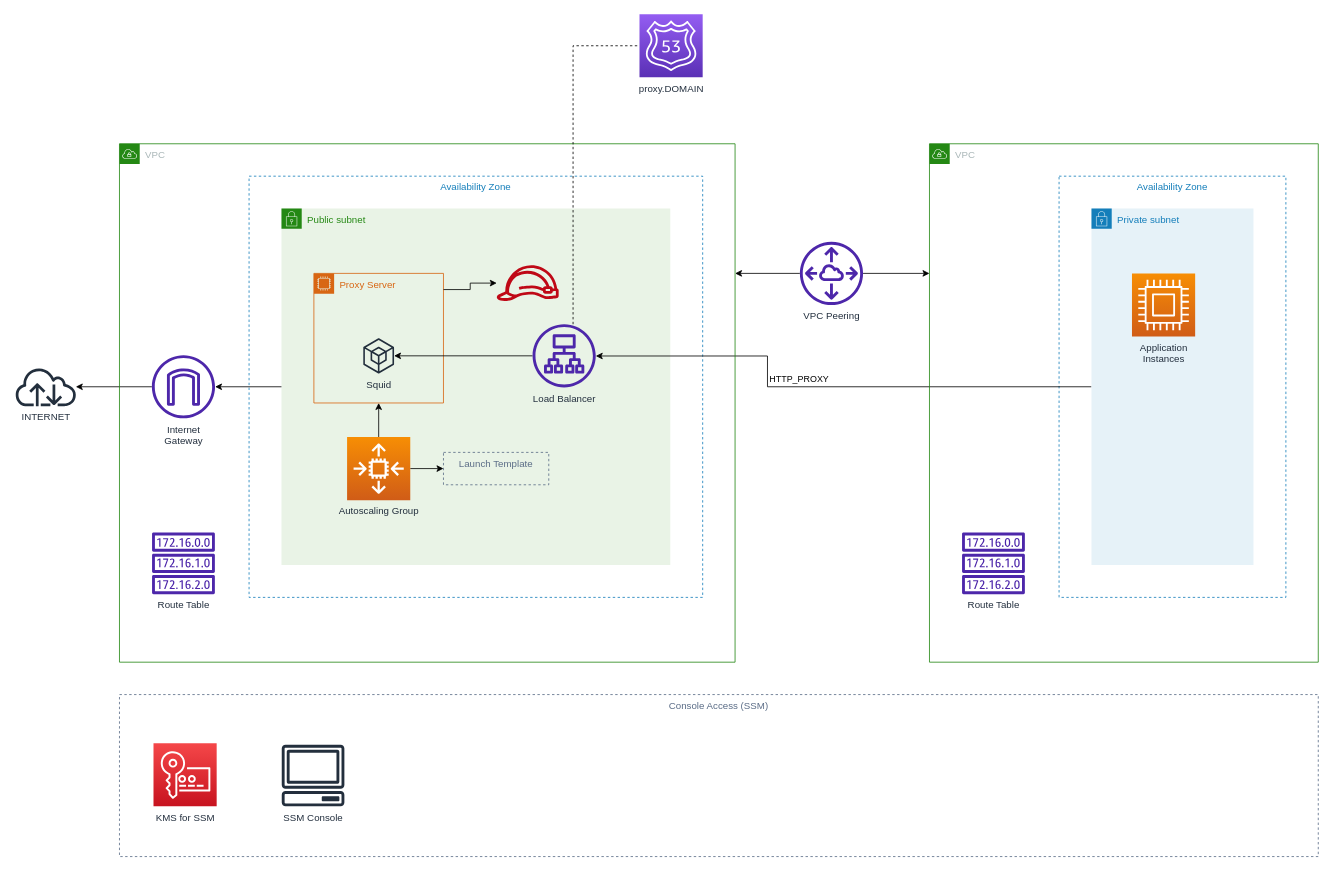
The draw.io diagram page "VPC Design" (5 of 6) of design.drawio in nicc777/exploring-aws-kinesis, before the edit. Source tidied: cells renumbered, new cells numbered last; positions are measured from the earlier drawing's top-left corner, leaving out a move shared by most shapes. Both pictures are drawn from the tidied source at 81%, with x=0, y=0 at pixel (14, 14).
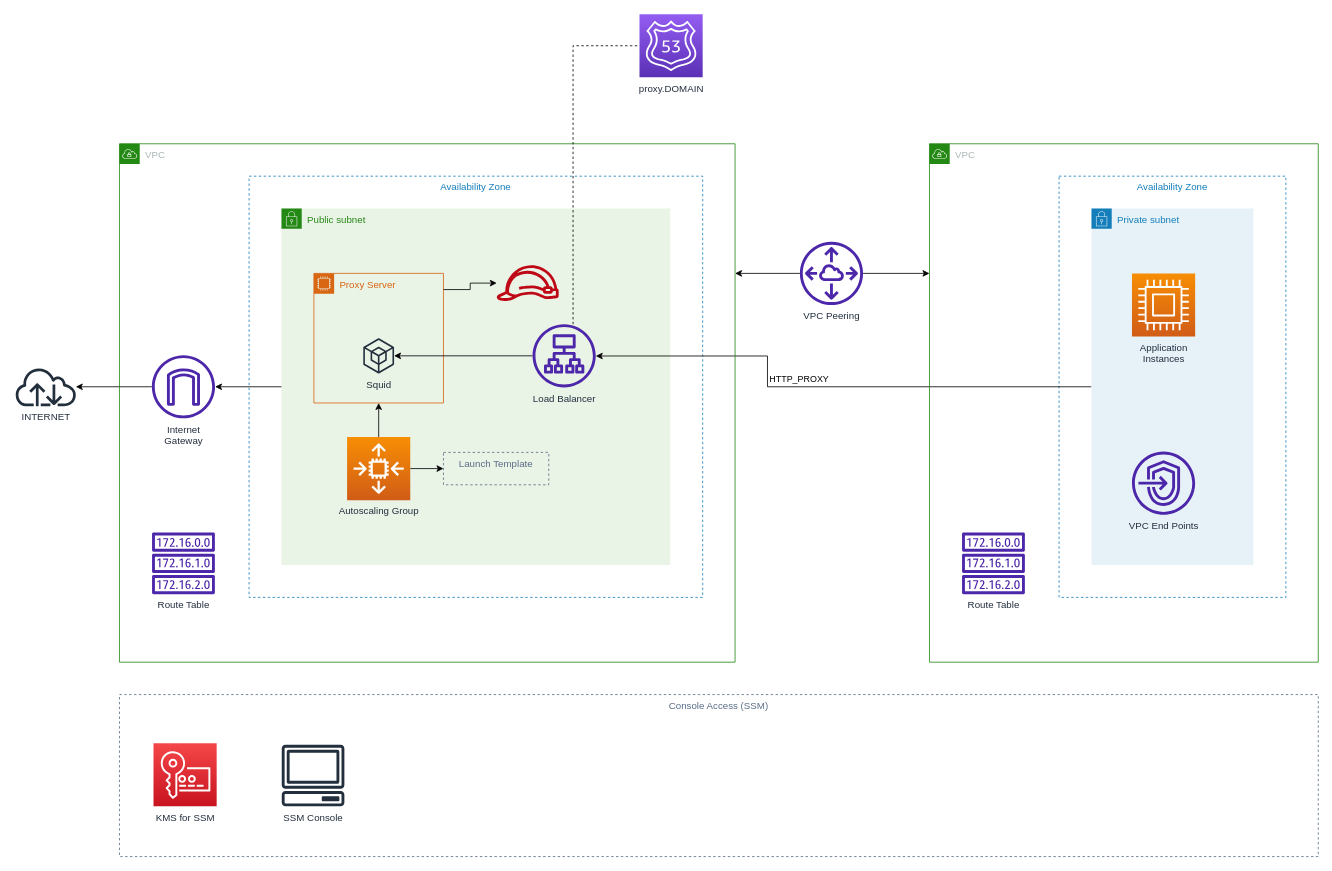
The same page after the edit.

What changed in the source:
```diff
@@
+    <mxCell id="35" value="VPC End Points" style="sketch=0;fontColor=#232F3E;gradientColor=none;fillColor=#4D27AA;strokeColor=none;dashed=0;verticalLabelPosition=bottom;verticalAlign=top;align=center;html=1;fontSize=12;fontStyle=0;shape=mxgraph.aws4.endpoints;" parent="1" vertex="1">
+      <mxGeometry x="1380" y="540" width="78" height="78" as="geometry" />
+    </mxCell>
```
